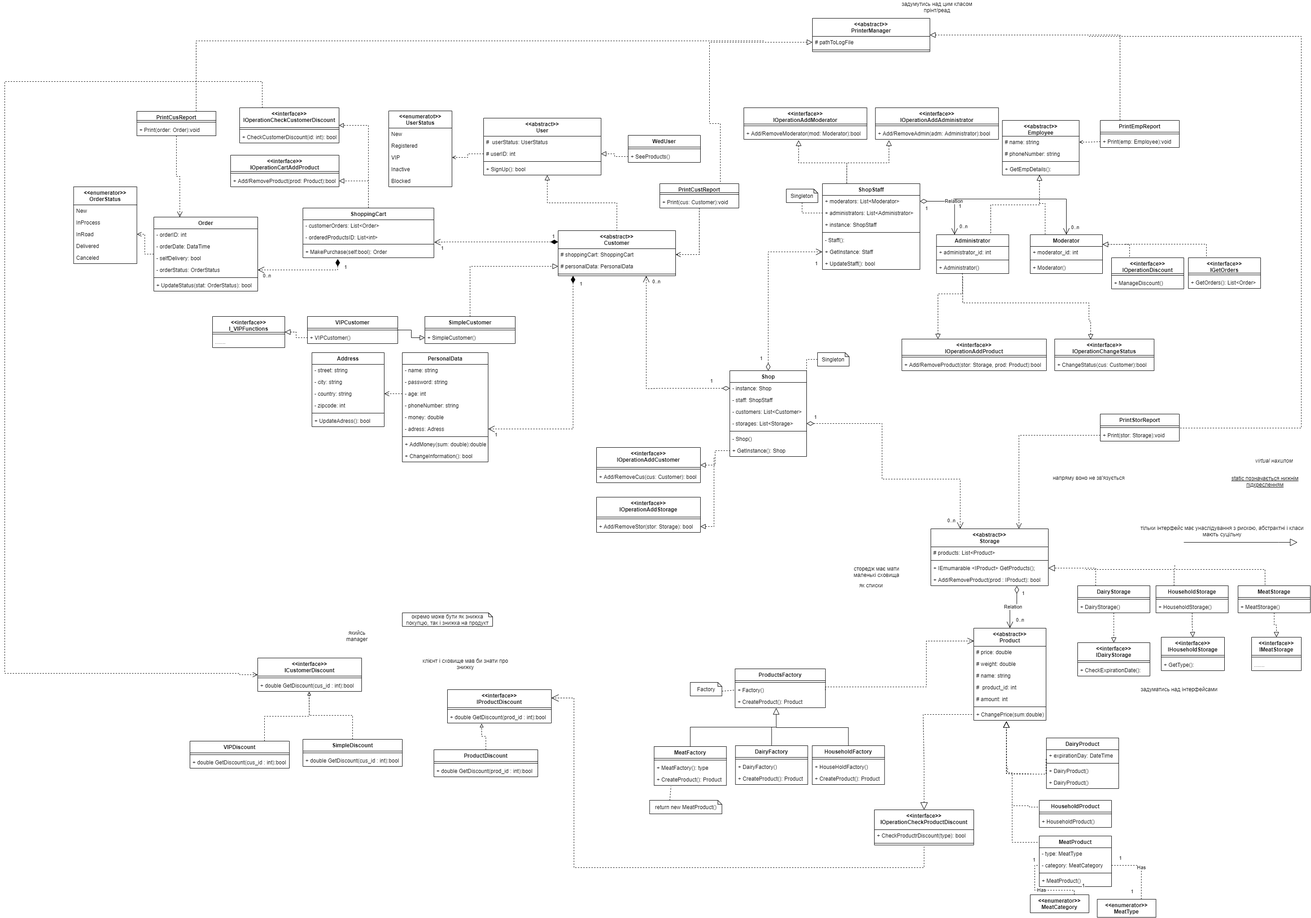
This is Shop_SOLID_UML.drawio.png from olh-msk/SigmaTask11_UML_SOLID, a draw.io export, as it was before one commit. Source tidied: cells renumbered, new cells last; positions are measured from the earlier drawing's top-left corner, leaving out a move shared by most shapes.
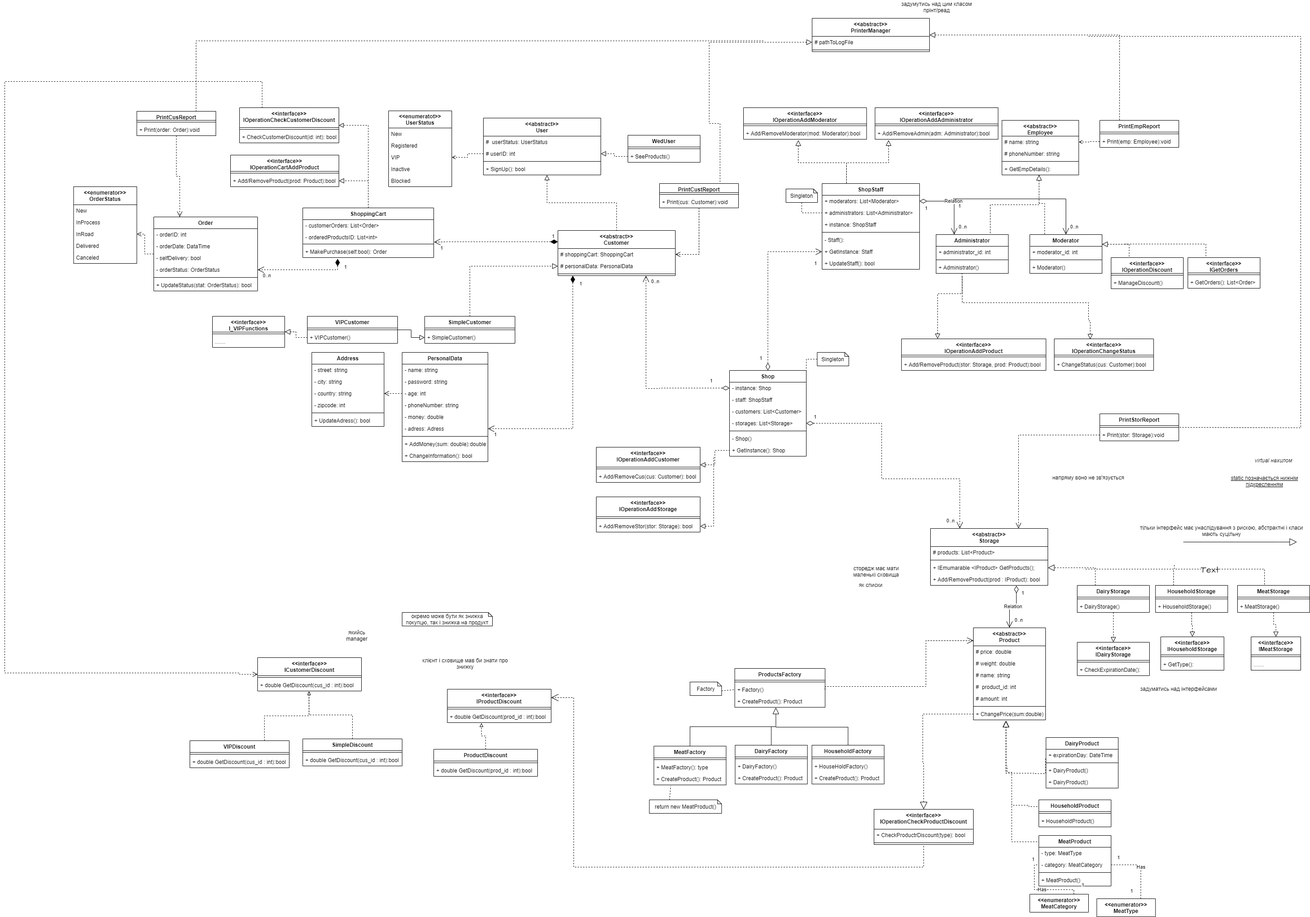
The same file after the commit.

Diff of the diagram source:
```diff
@@ -371,6 +371,9 @@
         </Array>
       </mxGeometry>
     </mxCell>
+    <mxCell id="320" value="Text" style="edgeLabel;html=1;align=center;verticalAlign=middle;fontSize=20;fontFamily=Architects Daughter;" parent="103" vertex="1">
+      <mxGeometry x="0.27" relative="1" as="geometry" />
+    </mxCell>
     <mxCell id="104" value="Relation" style="endArrow=open;html=1;endSize=12;startArrow=diamondThin;startSize=14;startFill=0;edgeStyle=orthogonalEdgeStyle;rounded=0;exitX=0.732;exitY=1.023;exitDx=0;exitDy=0;exitPerimeter=0;entryX=0.5;entryY=0;entryDx=0;entryDy=0;" parent="1" edge="1" source="79" target="17">
       <mxGeometry relative="1" as="geometry" />
     </mxCell>
```
